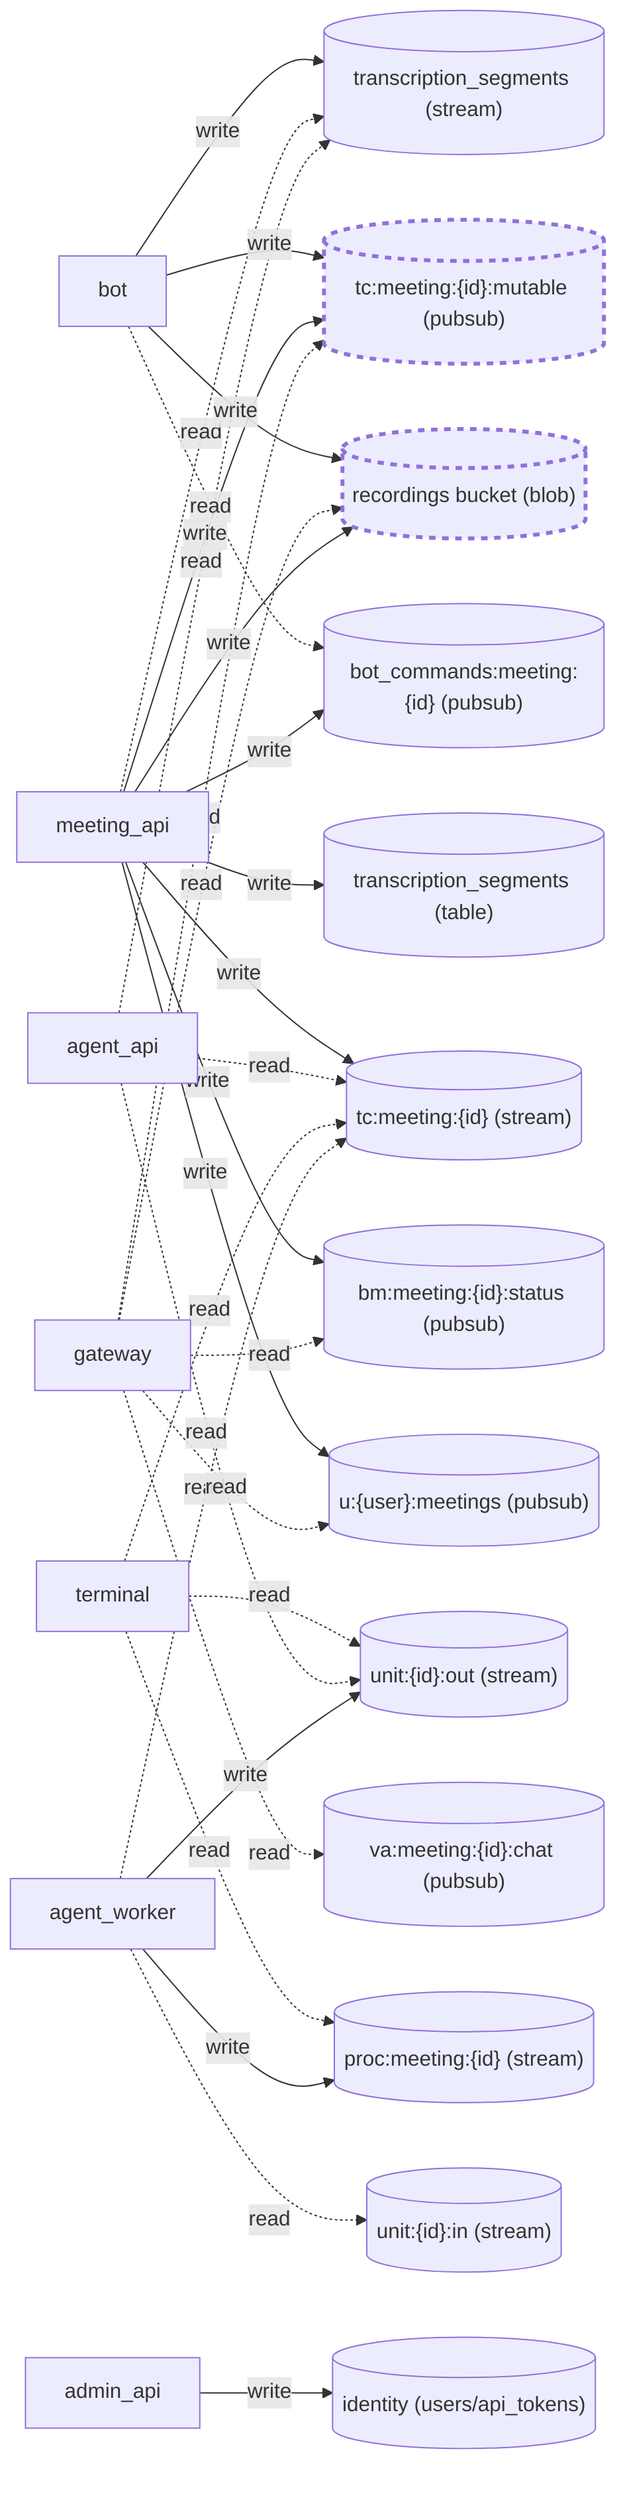
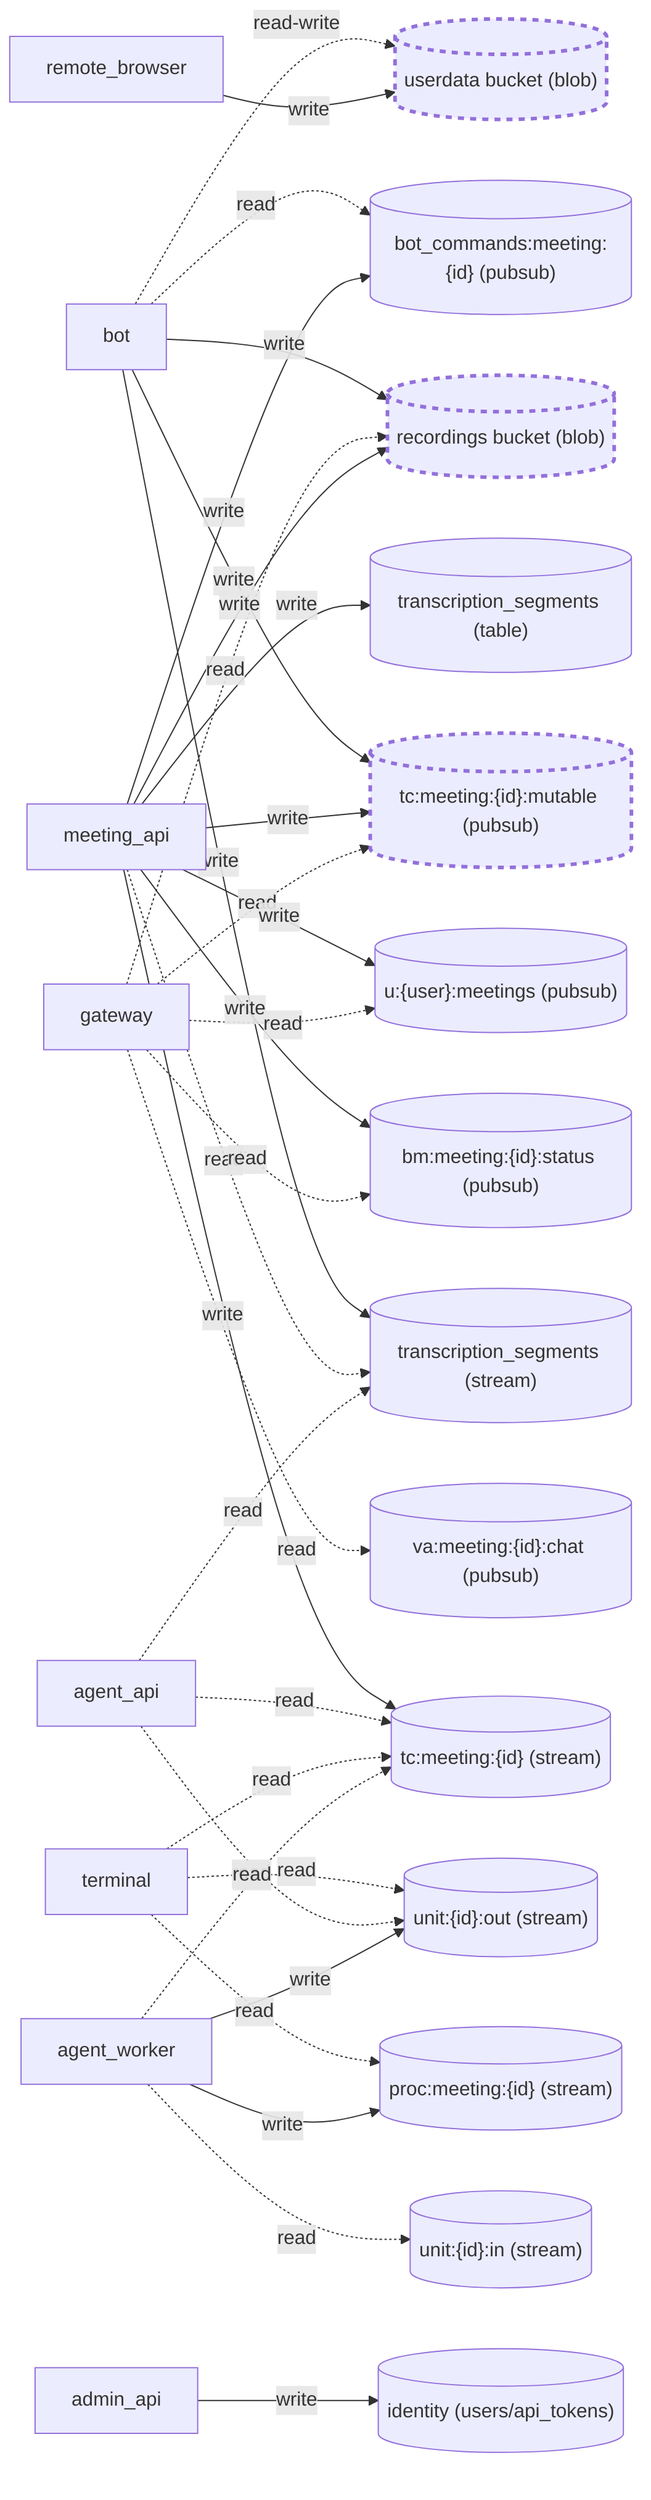
%% GENERATED — pnpm arch:dsl --write
flowchart LR
  segments_stream[("transcription_segments (stream)")]
  tc_mutable[("tc:meeting:{id}:mutable (pubsub)")]
  style tc_mutable stroke-dasharray: 5 5,stroke-width:3px
  tc_stream[("tc:meeting:{id} (stream)")]
  proc_stream[("proc:meeting:{id} (stream)")]
  out_stream[("unit:{id}:out (stream)")]
  segments_table[("transcription_segments (table)")]
  recording_blob[("recordings bucket (blob)")]
  style recording_blob stroke-dasharray: 5 5,stroke-width:3px
+   userdata_blob[("userdata bucket (blob)")]
+   style userdata_blob stroke-dasharray: 5 5,stroke-width:3px
  bm_status[("bm:meeting:{id}:status (pubsub)")]
  u_meetings[("u:{user}:meetings (pubsub)")]
  bot_commands[("bot_commands:meeting:{id} (pubsub)")]
  unit_in[("unit:{id}:in (stream)")]
  va_chat[("va:meeting:{id}:chat (pubsub)")]
  identity_db[("identity (users/api_tokens)")]
  bot -->|write| segments_stream
  bot -->|write| tc_mutable
  meeting_api -.->|read| segments_stream
  meeting_api -->|write| tc_mutable
  meeting_api -->|write| segments_table
  meeting_api -->|write| tc_stream
  agent_api -.->|read| tc_stream
  gateway -.->|read| tc_mutable
  terminal -.->|read| tc_stream
  terminal -.->|read| proc_stream
  terminal -.->|read| out_stream
  bot -->|write| recording_blob
+   bot -.->|read-write| userdata_blob
+   remote_browser -->|write| userdata_blob
  gateway -.->|read| recording_blob
  bot -.->|read| bot_commands
  meeting_api -->|write| bm_status
  meeting_api -->|write| u_meetings
  meeting_api -->|write| bot_commands
  meeting_api -->|write| recording_blob
  agent_api -.->|read| segments_stream
  agent_api -.->|read| out_stream
  agent_worker -.->|read| tc_stream
  agent_worker -->|write| out_stream
  agent_worker -->|write| proc_stream
  agent_worker -.->|read| unit_in
  gateway -.->|read| bm_status
  gateway -.->|read| u_meetings
  gateway -.->|read| va_chat
  admin_api -->|write| identity_db
